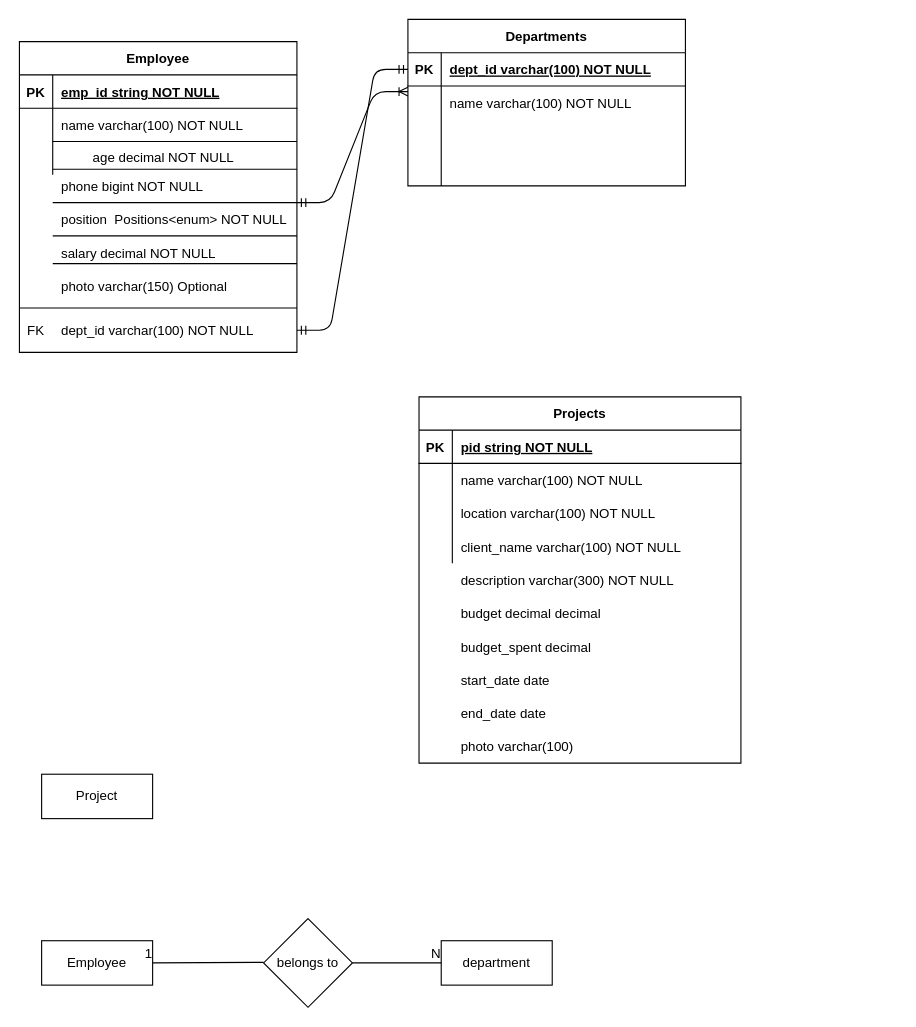
darshanhosahalli/test keeps this draw.io diagram as Untitled Diagram.drawio. Above is the earlier version. Source tidied: cells renumbered, new cells numbered last; positions are measured from the earlier drawing's top-left corner, leaving out a move shared by most shapes. Both pictures are drawn from the tidied source at 111%, with x=0, y=0 at pixel (19, 19).
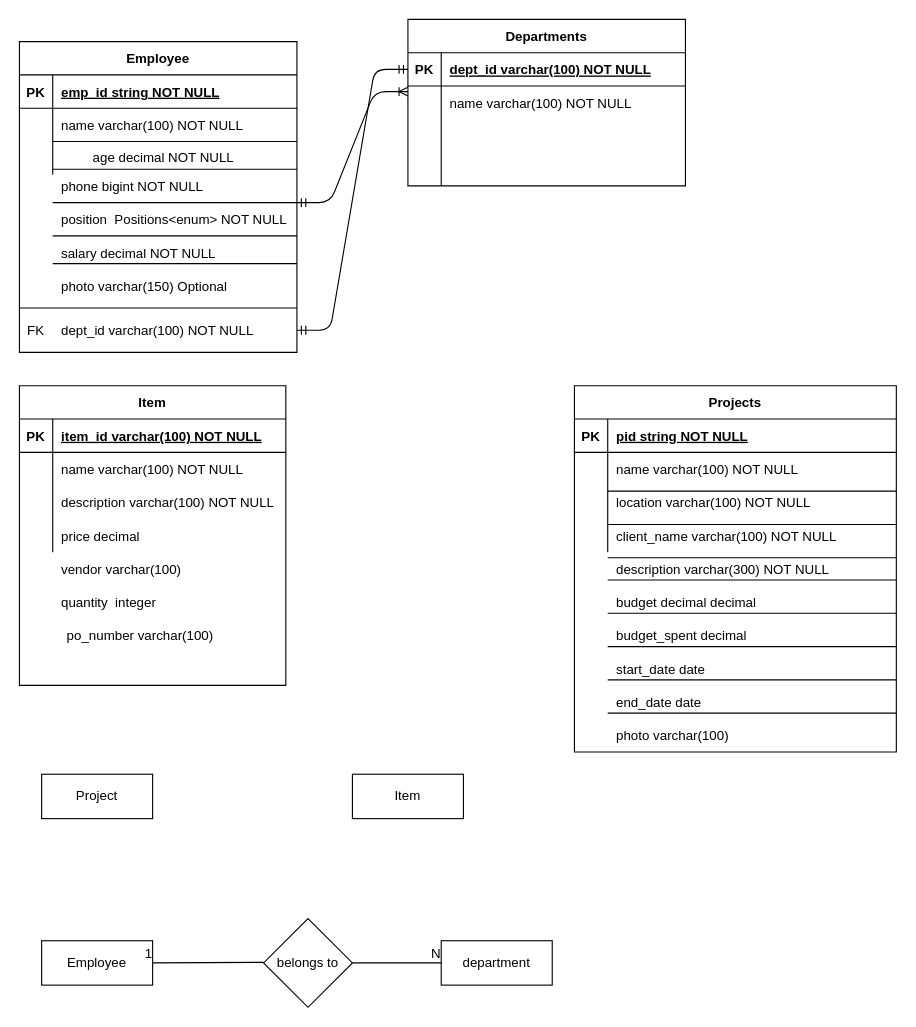
Above is the later version.

What changed in the source:
```diff
@@
     <mxCell id="51" value="Projects" style="shape=table;startSize=30;childLayout=tableLayout;rowLines=0;fontStyle=1;align=center;" parent="1" vertex="1">
-      <mxGeometry x="360" y="340" width="290" height="330" as="geometry" />
+      <mxGeometry x="500" y="330" width="290" height="330" as="geometry" />
     </mxCell>
@@
     <mxCell id="64" value="description varchar(300) NOT NULL" style="shape=partialRectangle;fillColor=none;top=0;left=0;bottom=0;right=0;align=left;spacingLeft=6;overflow=hidden;" parent="1" vertex="1">
-      <mxGeometry x="390" y="490" width="260" height="30" as="geometry" />
+      <mxGeometry x="530" y="480" width="260" height="30" as="geometry" />
     </mxCell>
     <mxCell id="65" value="budget decimal decimal" style="shape=partialRectangle;fillColor=none;top=0;left=0;bottom=0;right=0;align=left;spacingLeft=6;overflow=hidden;" parent="1" vertex="1">
-      <mxGeometry x="390" y="520" width="260" height="30" as="geometry" />
+      <mxGeometry x="530" y="510" width="260" height="30" as="geometry" />
     </mxCell>
     <mxCell id="66" value="budget_spent decimal " style="shape=partialRectangle;fillColor=none;top=0;left=0;bottom=0;right=0;align=left;spacingLeft=6;overflow=hidden;" parent="1" vertex="1">
-      <mxGeometry x="390" y="550" width="260" height="30" as="geometry" />
+      <mxGeometry x="530" y="540" width="260" height="30" as="geometry" />
     </mxCell>
     <mxCell id="67" value="start_date date " style="shape=partialRectangle;fillColor=none;top=0;left=0;bottom=0;right=0;align=left;spacingLeft=6;overflow=hidden;" parent="1" vertex="1">
-      <mxGeometry x="390" y="580" width="260" height="30" as="geometry" />
+      <mxGeometry x="530" y="570" width="260" height="30" as="geometry" />
     </mxCell>
     <mxCell id="68" value="end_date date" style="shape=partialRectangle;fillColor=none;top=0;left=0;bottom=0;right=0;align=left;spacingLeft=6;overflow=hidden;" parent="1" vertex="1">
-      <mxGeometry x="390" y="610" width="260" height="30" as="geometry" />
+      <mxGeometry x="530" y="600" width="260" height="30" as="geometry" />
     </mxCell>
     <mxCell id="69" value="photo varchar(100) " style="shape=partialRectangle;fillColor=none;top=0;left=0;bottom=0;right=0;align=left;spacingLeft=6;overflow=hidden;" parent="1" vertex="1">
-      <mxGeometry x="390" y="640" width="260" height="30" as="geometry" />
+      <mxGeometry x="530" y="630" width="260" height="30" as="geometry" />
     </mxCell>
@@
+    <mxCell id="71" style="line;strokeWidth=1;dashed=0;labelPosition=right;align=left;verticalAlign=middle;spacingTop=0;spacingLeft=6;" parent="1" vertex="1">
+      <mxGeometry x="530" y="420" width="260" height="10" as="geometry" />
+    </mxCell>
+    <mxCell id="72" style="line;strokeWidth=1;dashed=0;labelPosition=right;align=left;verticalAlign=middle;spacingTop=0;spacingLeft=6;" parent="1" vertex="1">
+      <mxGeometry x="530" y="450" width="260" height="10" as="geometry" />
+    </mxCell>
+    <mxCell id="73" style="line;strokeWidth=1;dashed=0;labelPosition=right;align=left;verticalAlign=middle;spacingTop=0;spacingLeft=6;" parent="1" vertex="1">
+      <mxGeometry x="530" y="480" width="260" height="10" as="geometry" />
+    </mxCell>
+    <mxCell id="74" style="line;strokeWidth=1;dashed=0;labelPosition=right;align=left;verticalAlign=middle;spacingTop=0;spacingLeft=6;" parent="1" vertex="1">
+      <mxGeometry x="530" y="500" width="260" height="10" as="geometry" />
+    </mxCell>
+    <mxCell id="75" style="line;strokeWidth=1;dashed=0;labelPosition=right;align=left;verticalAlign=middle;spacingTop=0;spacingLeft=6;" parent="1" vertex="1">
+      <mxGeometry x="530" y="530" width="260" height="10" as="geometry" />
+    </mxCell>
+    <mxCell id="76" style="line;strokeWidth=1;dashed=0;labelPosition=right;align=left;verticalAlign=middle;spacingTop=0;spacingLeft=6;" parent="1" vertex="1">
+      <mxGeometry x="530" y="560" width="260" height="10" as="geometry" />
+    </mxCell>
+    <mxCell id="77" style="line;strokeWidth=1;dashed=0;labelPosition=right;align=left;verticalAlign=middle;spacingTop=0;spacingLeft=6;" parent="1" vertex="1">
+      <mxGeometry x="530" y="590" width="260" height="10" as="geometry" />
+    </mxCell>
+    <mxCell id="78" style="line;strokeWidth=1;dashed=0;labelPosition=right;align=left;verticalAlign=middle;spacingTop=0;spacingLeft=6;" parent="1" vertex="1">
+      <mxGeometry x="530" y="620" width="260" height="10" as="geometry" />
+    </mxCell>
+    <mxCell id="79" value="Item" style="shape=table;startSize=30;childLayout=tableLayout;rowLines=0;fontStyle=1;align=center;" parent="1" vertex="1">
+      <mxGeometry y="330" width="240" height="270" as="geometry" />
+    </mxCell>
+    <mxCell id="80" style="shape=partialRectangle;fillColor=none;top=0;left=0;bottom=1;right=0;" parent="79" vertex="1">
+      <mxGeometry y="30" width="240" height="30" as="geometry" />
+    </mxCell>
+    <mxCell id="81" value="PK" style="shape=partialRectangle;fillColor=none;top=0;left=0;bottom=0;right=0;fontStyle=1;overflow=hidden;" parent="80" vertex="1">
+      <mxGeometry width="30" height="30" as="geometry" />
+    </mxCell>
+    <mxCell id="82" value="item_id varchar(100) NOT NULL" style="shape=partialRectangle;fillColor=none;top=0;left=0;bottom=0;right=0;align=left;spacingLeft=6;fontStyle=5;overflow=hidden;" parent="80" vertex="1">
+      <mxGeometry x="30" width="210" height="30" as="geometry" />
+    </mxCell>
+    <mxCell id="83" style="shape=partialRectangle;fillColor=none;top=0;left=0;bottom=0;right=0;" parent="79" vertex="1">
+      <mxGeometry y="60" width="240" height="30" as="geometry" />
+    </mxCell>
+    <mxCell id="84" style="shape=partialRectangle;fillColor=none;top=0;left=0;bottom=0;right=0;overflow=hidden;" parent="83" vertex="1">
+      <mxGeometry width="30" height="30" as="geometry" />
+    </mxCell>
+    <mxCell id="85" value="name varchar(100) NOT NULL" style="shape=partialRectangle;fillColor=none;top=0;left=0;bottom=0;right=0;align=left;spacingLeft=6;overflow=hidden;" parent="83" vertex="1">
+      <mxGeometry x="30" width="210" height="30" as="geometry" />
+    </mxCell>
+    <mxCell id="86" style="shape=partialRectangle;fillColor=none;top=0;left=0;bottom=0;right=0;" parent="79" vertex="1">
+      <mxGeometry y="90" width="240" height="30" as="geometry" />
+    </mxCell>
+    <mxCell id="87" style="shape=partialRectangle;fillColor=none;top=0;left=0;bottom=0;right=0;overflow=hidden;" parent="86" vertex="1">
+      <mxGeometry width="30" height="30" as="geometry" />
+    </mxCell>
+    <mxCell id="88" value="description varchar(100) NOT NULL" style="shape=partialRectangle;fillColor=none;top=0;left=0;bottom=0;right=0;align=left;spacingLeft=6;overflow=hidden;" parent="86" vertex="1">
+      <mxGeometry x="30" width="210" height="30" as="geometry" />
+    </mxCell>
+    <mxCell id="89" style="shape=partialRectangle;fillColor=none;top=0;left=0;bottom=0;right=0;" parent="79" vertex="1">
+      <mxGeometry y="120" width="240" height="30" as="geometry" />
+    </mxCell>
+    <mxCell id="90" style="shape=partialRectangle;fillColor=none;top=0;left=0;bottom=0;right=0;overflow=hidden;" parent="89" vertex="1">
+      <mxGeometry width="30" height="30" as="geometry" />
+    </mxCell>
+    <mxCell id="91" value="price decimal " style="shape=partialRectangle;fillColor=none;top=0;left=0;bottom=0;right=0;align=left;spacingLeft=6;overflow=hidden;" parent="89" vertex="1">
+      <mxGeometry x="30" width="210" height="30" as="geometry" />
+    </mxCell>
+    <mxCell id="92" value="vendor varchar(100)" style="shape=partialRectangle;fillColor=none;top=0;left=0;bottom=0;right=0;align=left;spacingLeft=6;overflow=hidden;" parent="1" vertex="1">
+      <mxGeometry x="30" y="480" width="210" height="30" as="geometry" />
+    </mxCell>
+    <mxCell id="93" value="quantity  integer" style="shape=partialRectangle;fillColor=none;top=0;left=0;bottom=0;right=0;align=left;spacingLeft=6;overflow=hidden;" parent="1" vertex="1">
+      <mxGeometry x="30" y="510" width="210" height="30" as="geometry" />
+    </mxCell>
+    <mxCell id="94" value="po_number varchar(100)" style="shape=partialRectangle;fillColor=none;top=0;left=0;bottom=0;right=0;align=left;spacingLeft=6;overflow=hidden;" parent="1" vertex="1">
+      <mxGeometry x="35" y="540" width="210" height="30" as="geometry" />
+    </mxCell>
+    <mxCell id="95" value="Item" style="whiteSpace=wrap;html=1;align=center;" parent="1" vertex="1">
+      <mxGeometry x="300" y="680" width="100" height="40" as="geometry" />
+    </mxCell>
```
